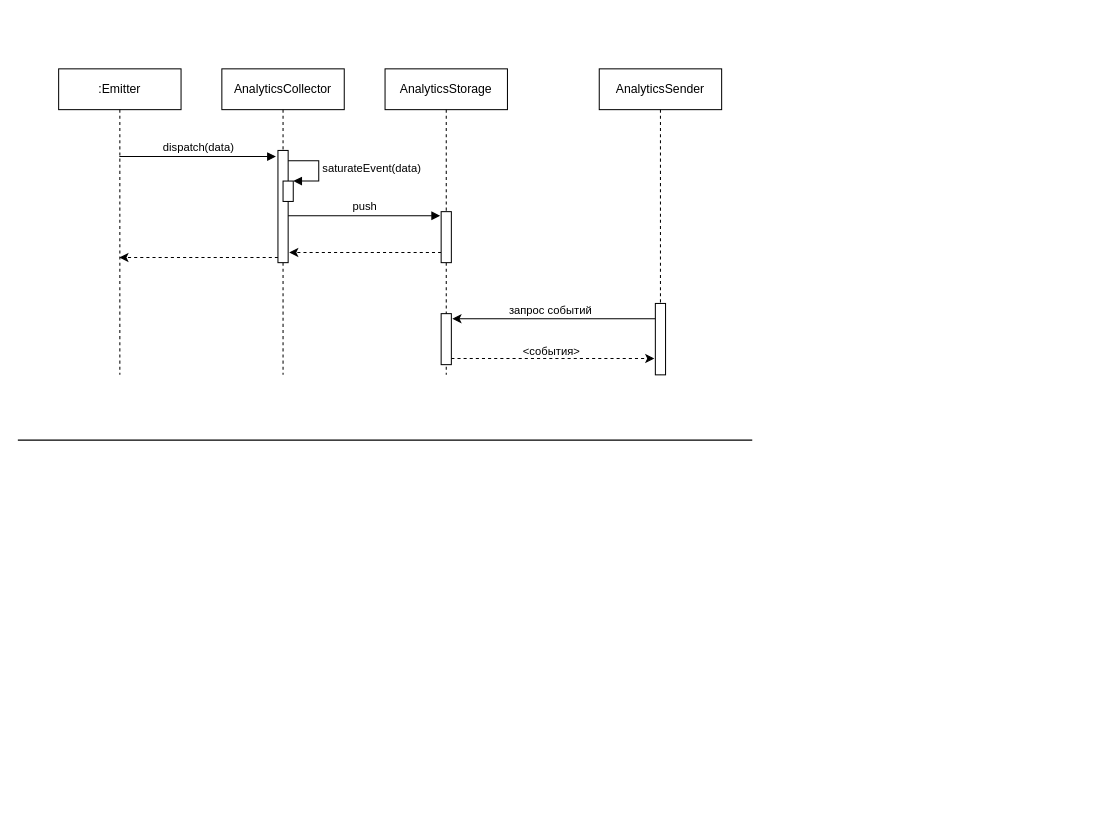
Earlier version of the draw.io diagram analytics-event-logger.drawio (ajile/draw-io). Source tidied: cells renumbered, new cells numbered last; positions are measured from the earlier drawing's top-left corner, leaving out a move shared by most shapes. Both pictures are drawn from the tidied source at 102%, with x=0, y=0 at pixel (17, 68).
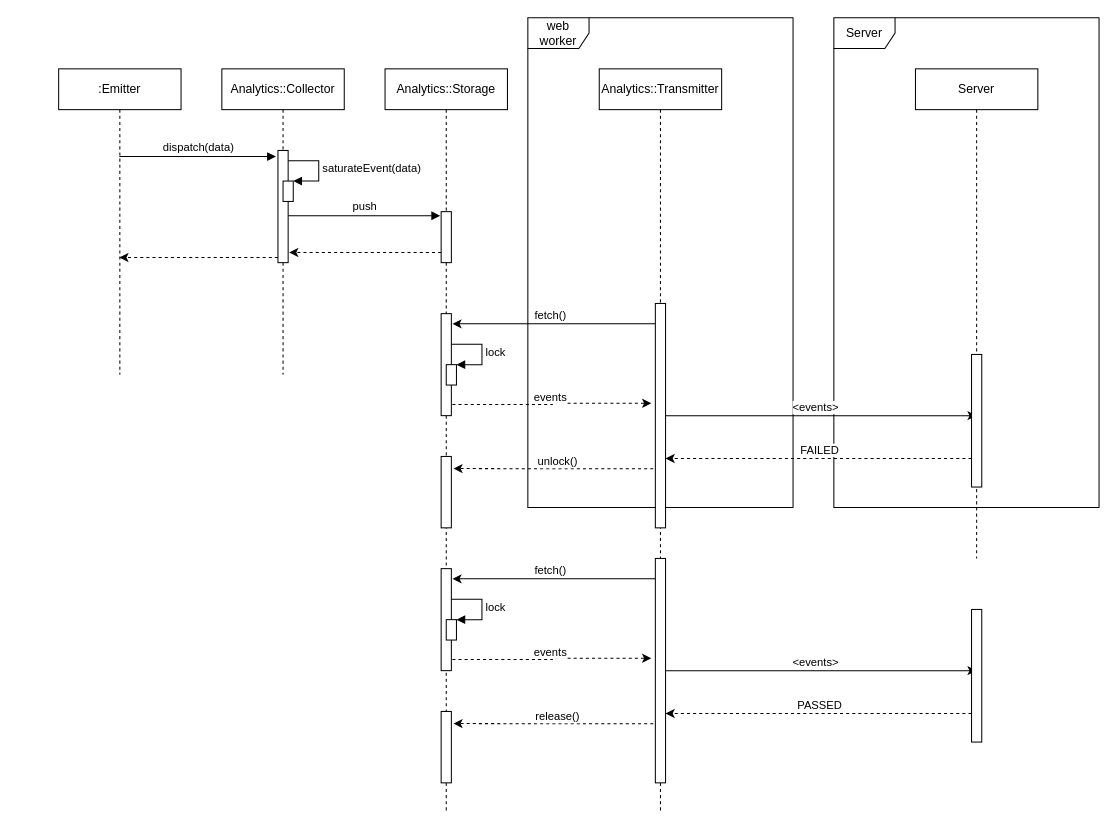
Above is the later version.

The change refers to these unchanged cells:
```xml
<mxCell id="15" style="edgeStyle=elbowEdgeStyle;rounded=0;jettySize=auto;elbow=vertical;html=1;entryX=1.1;entryY=0.1;entryDx=0;entryDy=0;entryPerimeter=0;startArrow=none;startFill=0;" parent="1" edge="1" source="17" target="14">
  <mxGeometry relative="1" as="geometry" />
</mxCell>
```

Change to the diagram source:
```diff
@@
+    <mxCell id="21" value="Server" style="shape=umlFrame;whiteSpace=wrap;html=1;" parent="1" vertex="1">
+      <mxGeometry x="800" y="-50" width="260" height="480" as="geometry" />
+    </mxCell>
+    <mxCell id="22" value="web worker" style="shape=umlFrame;whiteSpace=wrap;html=1;" parent="1" vertex="1">
+      <mxGeometry x="500" y="-50" width="260" height="480" as="geometry" />
+    </mxCell>
@@
-    <mxCell id="3" value="AnalyticsCollector" style="shape=umlLifeline;perimeter=lifelinePerimeter;whiteSpace=wrap;html=1;" parent="1" vertex="1">
+    <mxCell id="3" value="Analytics::Collector" style="shape=umlLifeline;perimeter=lifelinePerimeter;whiteSpace=wrap;html=1;" parent="1" vertex="1">
       <mxGeometry x="200" width="120" height="300" as="geometry" />
     </mxCell>
-    <mxCell id="4" value="&lt;span&gt;AnalyticsStorage&lt;/span&gt;" style="shape=umlLifeline;perimeter=lifelinePerimeter;whiteSpace=wrap;html=1;" parent="1" vertex="1">
-      <mxGeometry x="360" width="120" height="300" as="geometry" />
+    <mxCell id="4" value="&lt;span&gt;Analytics::Storage&lt;/span&gt;" style="shape=umlLifeline;perimeter=lifelinePerimeter;whiteSpace=wrap;html=1;" parent="1" vertex="1">
+      <mxGeometry x="360" width="120" height="730" as="geometry" />
     </mxCell>
-    <mxCell id="5" value="&lt;span&gt;AnalyticsSender&lt;/span&gt;" style="shape=umlLifeline;perimeter=lifelinePerimeter;whiteSpace=wrap;html=1;" parent="1" vertex="1">
-      <mxGeometry x="570" width="120" height="300" as="geometry" />
+    <mxCell id="5" value="&lt;span&gt;Analytics::T&lt;/span&gt;&lt;span&gt;ransmitter&lt;br&gt;&lt;/span&gt;" style="shape=umlLifeline;perimeter=lifelinePerimeter;whiteSpace=wrap;html=1;" parent="1" vertex="1">
+      <mxGeometry x="570" width="120" height="730" as="geometry" />
     </mxCell>
@@
-    <mxCell id="12" style="edgeStyle=elbowEdgeStyle;rounded=0;jettySize=auto;elbow=vertical;html=1;entryX=-0.1;entryY=0.771;entryDx=0;entryDy=0;entryPerimeter=0;dashed=1;startArrow=none;startFill=0;" parent="1" edge="1" source="14" target="17">
+    <mxCell id="12" style="edgeStyle=elbowEdgeStyle;rounded=0;jettySize=auto;html=1;entryX=-0.4;entryY=0.445;entryDx=0;entryDy=0;entryPerimeter=0;dashed=1;startArrow=none;startFill=0;exitX=1.1;exitY=0.89;exitDx=0;exitDy=0;exitPerimeter=0;" parent="1" edge="1" source="14" target="17">
       <mxGeometry relative="1" as="geometry" />
     </mxCell>
-    <mxCell id="13" value="&amp;lt;события&amp;gt;" style="edgeLabel;html=1;align=center;verticalAlign=middle;" parent="12" vertex="1">
+    <mxCell id="13" value="events" style="edgeLabel;html=1;align=center;verticalAlign=middle;" parent="12" vertex="1">
       <mxGeometry x="-0.13" y="2" relative="1" as="geometry">
         <mxPoint x="10" y="-6" as="offset" />
       </mxGeometry>
     </mxCell>
     <mxCell id="14" style="html=1;points=[];perimeter=orthogonalPerimeter;" parent="1" vertex="1">
-      <mxGeometry x="415" y="240" width="10" height="50" as="geometry" />
+      <mxGeometry x="415" y="240" width="10" height="100" as="geometry" />
     </mxCell>
@@
-    <mxCell id="16" value="запрос событий" style="edgeLabel;html=1;align=center;verticalAlign=middle;" parent="15" vertex="1">
+    <mxCell id="16" value="fetch()" style="edgeLabel;html=1;align=center;verticalAlign=middle;" parent="15" vertex="1">
       <mxGeometry x="0.19" y="2" relative="1" as="geometry">
         <mxPoint x="14" y="-11" as="offset" />
       </mxGeometry>
     </mxCell>
+    <mxCell id="23" style="edgeStyle=elbowEdgeStyle;rounded=0;jettySize=auto;elbow=vertical;html=1;entryX=0.5;entryY=0.462;entryDx=0;entryDy=0;entryPerimeter=0;startArrow=none;startFill=0;" parent="1" edge="1" source="17" target="30">
+      <mxGeometry relative="1" as="geometry" />
+    </mxCell>
+    <mxCell id="24" value="&amp;lt;events&amp;gt;" style="edgeLabel;html=1;align=center;verticalAlign=middle;" parent="23" vertex="1">
+      <mxGeometry x="0.04" relative="1" as="geometry">
+        <mxPoint x="-13" y="-9" as="offset" />
+      </mxGeometry>
+    </mxCell>
+    <mxCell id="25" style="edgeStyle=elbowEdgeStyle;rounded=0;jettySize=auto;html=1;entryX=1.2;entryY=0.17;entryDx=0;entryDy=0;entryPerimeter=0;dashed=1;startArrow=none;startFill=0;" parent="1" edge="1" target="33">
+      <mxGeometry relative="1" as="geometry">
+        <mxPoint x="623" y="392" as="sourcePoint" />
+      </mxGeometry>
+    </mxCell>
+    <mxCell id="26" value="unlock()" style="edgeLabel;html=1;align=center;verticalAlign=middle;" parent="25" vertex="1">
+      <mxGeometry x="0.53" relative="1" as="geometry">
+        <mxPoint x="55" y="-7" as="offset" />
+      </mxGeometry>
+    </mxCell>
     <mxCell id="17" style="html=1;points=[];perimeter=orthogonalPerimeter;" parent="1" vertex="1">
-      <mxGeometry x="625" y="230" width="10" height="70" as="geometry" />
+      <mxGeometry x="625" y="230" width="10" height="220" as="geometry" />
     </mxCell>
-    <mxCell id="18" style="line;strokeWidth=1;fillColor=none;align=left;verticalAlign=middle;spacingTop=-1;spacingLeft=3;spacingRight=3;labelPosition=right;" parent="1" vertex="1">
-      <mxGeometry y="360" width="720" height="8" as="geometry" />
-    </mxCell>
@@
+    <mxCell id="27" value="&lt;span&gt;Server&lt;br&gt;&lt;/span&gt;" style="shape=umlLifeline;perimeter=lifelinePerimeter;whiteSpace=wrap;html=1;" parent="1" vertex="1">
+      <mxGeometry x="880" width="120" height="480" as="geometry" />
+    </mxCell>
+    <mxCell id="28" style="edgeStyle=elbowEdgeStyle;rounded=0;orthogonalLoop=1;jettySize=auto;elbow=vertical;html=1;entryX=1;entryY=0.718;entryDx=0;entryDy=0;entryPerimeter=0;startArrow=none;startFill=0;dashed=1;" parent="1" edge="1">
+      <mxGeometry relative="1" as="geometry">
+        <mxPoint x="935" y="382" as="sourcePoint" />
+        <mxPoint x="635" y="382.1" as="targetPoint" />
+      </mxGeometry>
+    </mxCell>
+    <mxCell id="29" value="FAILED" style="edgeLabel;html=1;align=center;verticalAlign=middle;" parent="28" vertex="1">
+      <mxGeometry y="-3" relative="1" as="geometry">
+        <mxPoint y="-6" as="offset" />
+      </mxGeometry>
+    </mxCell>
+    <mxCell id="30" style="html=1;points=[];perimeter=orthogonalPerimeter;" parent="1" vertex="1">
+      <mxGeometry x="935" y="280" width="10" height="130" as="geometry" />
+    </mxCell>
+    <mxCell id="31" style="html=1;points=[];perimeter=orthogonalPerimeter;" parent="1" vertex="1">
+      <mxGeometry x="420" y="290" width="10" height="20" as="geometry" />
+    </mxCell>
+    <mxCell id="32" value="lock" style="edgeStyle=orthogonalEdgeStyle;html=1;align=left;spacingLeft=2;endArrow=block;rounded=0;entryX=1;entryY=0;" parent="1" edge="1" target="31">
+      <mxGeometry relative="1" as="geometry">
+        <mxPoint x="425" y="270" as="sourcePoint" />
+        <Array as="points">
+          <mxPoint x="455" y="270" />
+        </Array>
+      </mxGeometry>
+    </mxCell>
+    <mxCell id="33" style="html=1;points=[];perimeter=orthogonalPerimeter;" parent="1" vertex="1">
+      <mxGeometry x="415" y="380" width="10" height="70" as="geometry" />
+    </mxCell>
+    <mxCell id="34" style="edgeStyle=elbowEdgeStyle;rounded=0;jettySize=auto;html=1;entryX=-0.4;entryY=0.445;entryDx=0;entryDy=0;entryPerimeter=0;dashed=1;startArrow=none;startFill=0;exitX=1.1;exitY=0.89;exitDx=0;exitDy=0;exitPerimeter=0;" parent="1" edge="1" source="36" target="43">
+      <mxGeometry relative="1" as="geometry" />
+    </mxCell>
+    <mxCell id="35" value="events" style="edgeLabel;html=1;align=center;verticalAlign=middle;" parent="34" vertex="1">
+      <mxGeometry x="-0.13" y="2" relative="1" as="geometry">
+        <mxPoint x="10" y="-6" as="offset" />
+      </mxGeometry>
+    </mxCell>
+    <mxCell id="36" style="html=1;points=[];perimeter=orthogonalPerimeter;" parent="1" vertex="1">
+      <mxGeometry x="415" y="490" width="10" height="100" as="geometry" />
+    </mxCell>
+    <mxCell id="37" style="edgeStyle=elbowEdgeStyle;rounded=0;jettySize=auto;elbow=vertical;html=1;entryX=1.1;entryY=0.1;entryDx=0;entryDy=0;entryPerimeter=0;startArrow=none;startFill=0;" parent="1" edge="1" source="43" target="36">
+      <mxGeometry relative="1" as="geometry" />
+    </mxCell>
+    <mxCell id="38" value="fetch()" style="edgeLabel;html=1;align=center;verticalAlign=middle;" parent="37" vertex="1">
+      <mxGeometry x="0.19" y="2" relative="1" as="geometry">
+        <mxPoint x="14" y="-11" as="offset" />
+      </mxGeometry>
+    </mxCell>
+    <mxCell id="39" style="edgeStyle=elbowEdgeStyle;rounded=0;jettySize=auto;elbow=vertical;html=1;entryX=0.5;entryY=0.462;entryDx=0;entryDy=0;entryPerimeter=0;startArrow=none;startFill=0;" parent="1" edge="1" source="43" target="46">
+      <mxGeometry relative="1" as="geometry" />
+    </mxCell>
+    <mxCell id="40" value="&amp;lt;events&amp;gt;" style="edgeLabel;html=1;align=center;verticalAlign=middle;" parent="39" vertex="1">
+      <mxGeometry x="0.04" relative="1" as="geometry">
+        <mxPoint x="-13" y="-9" as="offset" />
+      </mxGeometry>
+    </mxCell>
+    <mxCell id="41" style="edgeStyle=elbowEdgeStyle;rounded=0;jettySize=auto;html=1;entryX=1.2;entryY=0.17;entryDx=0;entryDy=0;entryPerimeter=0;dashed=1;startArrow=none;startFill=0;" parent="1" edge="1" target="49">
+      <mxGeometry relative="1" as="geometry">
+        <mxPoint x="623" y="642" as="sourcePoint" />
+      </mxGeometry>
+    </mxCell>
+    <mxCell id="42" value="release()" style="edgeLabel;html=1;align=center;verticalAlign=middle;" parent="41" vertex="1">
+      <mxGeometry x="0.53" relative="1" as="geometry">
+        <mxPoint x="55" y="-7" as="offset" />
+      </mxGeometry>
+    </mxCell>
+    <mxCell id="43" style="html=1;points=[];perimeter=orthogonalPerimeter;" parent="1" vertex="1">
+      <mxGeometry x="625" y="480" width="10" height="220" as="geometry" />
+    </mxCell>
+    <mxCell id="44" style="edgeStyle=elbowEdgeStyle;rounded=0;orthogonalLoop=1;jettySize=auto;elbow=vertical;html=1;entryX=1;entryY=0.718;entryDx=0;entryDy=0;entryPerimeter=0;startArrow=none;startFill=0;dashed=1;" parent="1" edge="1">
+      <mxGeometry relative="1" as="geometry">
+        <mxPoint x="935" y="632" as="sourcePoint" />
+        <mxPoint x="635" y="632.1" as="targetPoint" />
+      </mxGeometry>
+    </mxCell>
+    <mxCell id="45" value="PASSED" style="edgeLabel;html=1;align=center;verticalAlign=middle;" parent="44" vertex="1">
+      <mxGeometry y="-3" relative="1" as="geometry">
+        <mxPoint y="-6" as="offset" />
+      </mxGeometry>
+    </mxCell>
+    <mxCell id="46" style="html=1;points=[];perimeter=orthogonalPerimeter;" parent="1" vertex="1">
+      <mxGeometry x="935" y="530" width="10" height="130" as="geometry" />
+    </mxCell>
+    <mxCell id="47" style="html=1;points=[];perimeter=orthogonalPerimeter;" parent="1" vertex="1">
+      <mxGeometry x="420" y="540" width="10" height="20" as="geometry" />
+    </mxCell>
+    <mxCell id="48" value="lock" style="edgeStyle=orthogonalEdgeStyle;html=1;align=left;spacingLeft=2;endArrow=block;rounded=0;entryX=1;entryY=0;" parent="1" edge="1" target="47">
+      <mxGeometry relative="1" as="geometry">
+        <mxPoint x="425" y="520" as="sourcePoint" />
+        <Array as="points">
+          <mxPoint x="455" y="520" />
+        </Array>
+      </mxGeometry>
+    </mxCell>
+    <mxCell id="49" style="html=1;points=[];perimeter=orthogonalPerimeter;" parent="1" vertex="1">
+      <mxGeometry x="415" y="630" width="10" height="70" as="geometry" />
+    </mxCell>
```
